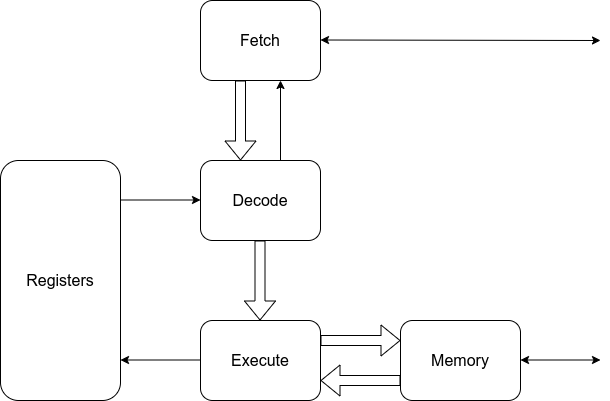
MJoergen/qnice_cpu keeps this draw.io diagram as doc/cpu.png. Above is the earlier version. Source tidied: cells renumbered, new cells last; positions are measured from the earlier drawing's top-left corner, leaving out a move shared by most shapes.
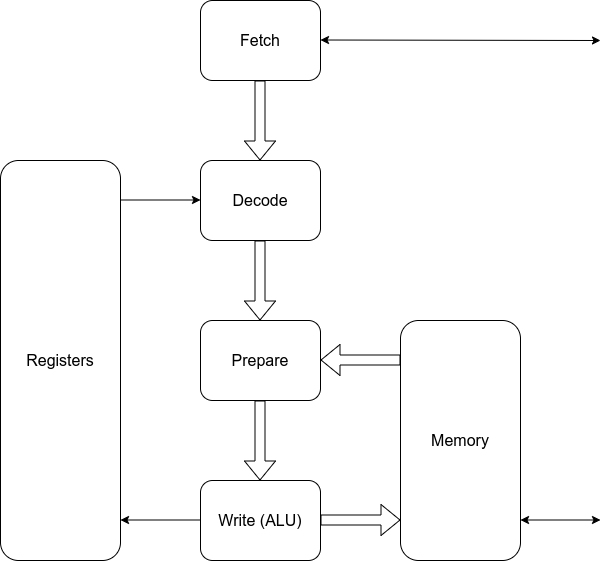
The same diagram one commit later.

Commit message:
doc: Update block diagram

Diff of the diagram source:
```diff
@@ -5,22 +5,22 @@
     <mxCell id="2" value="&lt;font style=&quot;font-size: 16px&quot;&gt;Fetch&lt;/font&gt;" style="rounded=1;whiteSpace=wrap;html=1;" parent="1" vertex="1">
       <mxGeometry x="200" width="120" height="80" as="geometry" />
     </mxCell>
-    <mxCell id="3" value="&lt;font style=&quot;font-size: 16px&quot;&gt;Decode&lt;/font&gt;" style="rounded=1;whiteSpace=wrap;html=1;" parent="1" vertex="1">
+    <mxCell id="3" value="&lt;font style=&quot;font-size: 16px&quot;&gt;Decode&lt;br&gt;&lt;/font&gt;" style="rounded=1;whiteSpace=wrap;html=1;" parent="1" vertex="1">
       <mxGeometry x="200" y="160" width="120" height="80" as="geometry" />
     </mxCell>
-    <mxCell id="4" value="&lt;font style=&quot;font-size: 16px&quot;&gt;Execute&lt;/font&gt;" style="rounded=1;whiteSpace=wrap;html=1;" parent="1" vertex="1">
-      <mxGeometry x="200" y="320" width="120" height="80" as="geometry" />
+    <mxCell id="4" value="&lt;font style=&quot;font-size: 16px&quot;&gt;Write (ALU)&lt;/font&gt;" style="rounded=1;whiteSpace=wrap;html=1;" parent="1" vertex="1">
+      <mxGeometry x="200" y="480" width="120" height="80" as="geometry" />
     </mxCell>
     <mxCell id="5" value="&lt;font style=&quot;font-size: 16px&quot;&gt;Registers&lt;/font&gt;" style="rounded=1;whiteSpace=wrap;html=1;" parent="1" vertex="1">
-      <mxGeometry y="160" width="120" height="240" as="geometry" />
+      <mxGeometry y="160" width="120" height="400" as="geometry" />
     </mxCell>
     <mxCell id="6" value="&lt;font style=&quot;font-size: 16px&quot;&gt;Memory&lt;/font&gt;" style="rounded=1;whiteSpace=wrap;html=1;" parent="1" vertex="1">
-      <mxGeometry x="400" y="320" width="120" height="80" as="geometry" />
+      <mxGeometry x="400" y="320" width="120" height="240" as="geometry" />
     </mxCell>
     <mxCell id="7" style="shape=flexArrow;endArrow=classic;html=1;" parent="1" edge="1">
       <mxGeometry relative="1" as="geometry">
-        <mxPoint x="240" y="80" as="sourcePoint" />
-        <mxPoint x="240" y="160" as="targetPoint" />
+        <mxPoint x="259.5" y="80" as="sourcePoint" />
+        <mxPoint x="259.5" y="160" as="targetPoint" />
       </mxGeometry>
     </mxCell>
     <mxCell id="8" style="shape=flexArrow;endArrow=classic;html=1;" parent="1" edge="1">
@@ -31,20 +31,20 @@
     </mxCell>
     <mxCell id="9" style="shape=flexArrow;endArrow=classic;html=1;" parent="1" edge="1">
       <mxGeometry relative="1" as="geometry">
-        <mxPoint x="320" y="340" as="sourcePoint" />
-        <mxPoint x="400" y="340" as="targetPoint" />
+        <mxPoint x="320" y="519.5" as="sourcePoint" />
+        <mxPoint x="400" y="519.5" as="targetPoint" />
       </mxGeometry>
     </mxCell>
     <mxCell id="10" style="shape=flexArrow;endArrow=classic;html=1;" parent="1" edge="1">
       <mxGeometry relative="1" as="geometry">
-        <mxPoint x="400" y="380" as="sourcePoint" />
-        <mxPoint x="320" y="380" as="targetPoint" />
+        <mxPoint x="400" y="359.5" as="sourcePoint" />
+        <mxPoint x="320" y="359.5" as="targetPoint" />
       </mxGeometry>
     </mxCell>
     <mxCell id="11" style="endArrow=classic;html=1;" parent="1" edge="1">
       <mxGeometry relative="1" as="geometry">
-        <mxPoint x="200" y="359.5" as="sourcePoint" />
-        <mxPoint x="120" y="359.5" as="targetPoint" />
+        <mxPoint x="200" y="519.5" as="sourcePoint" />
+        <mxPoint x="120" y="519.5" as="targetPoint" />
       </mxGeometry>
     </mxCell>
     <mxCell id="12" style="endArrow=classic;html=1;" parent="1" edge="1">
@@ -61,15 +61,18 @@
     </mxCell>
     <mxCell id="14" style="endArrow=classic;startArrow=classic;html=1;" parent="1" edge="1">
       <mxGeometry relative="1" as="geometry">
-        <mxPoint x="520" y="359.5" as="sourcePoint" />
-        <mxPoint x="600" y="359.5" as="targetPoint" />
+        <mxPoint x="520" y="519.5" as="sourcePoint" />
+        <mxPoint x="600" y="519.5" as="targetPoint" />
       </mxGeometry>
     </mxCell>
-    <mxCell id="15" style="endArrow=classic;html=1;" parent="1" edge="1">
-      <mxGeometry relative="1" as="geometry">
-        <mxPoint x="280" y="160" as="sourcePoint" />
-        <mxPoint x="280" y="80" as="targetPoint" />
-      </mxGeometry>
-    </mxCell>
+    <mxCell id="16" value="&lt;font style=&quot;font-size: 16px&quot;&gt;Prepare&lt;/font&gt;" style="rounded=1;whiteSpace=wrap;html=1;" parent="1" vertex="1">
+      <mxGeometry x="200" y="320" width="120" height="80" as="geometry" />
+    </mxCell>
+    <mxCell id="17" style="shape=flexArrow;endArrow=classic;html=1;" parent="1" edge="1">
+      <mxGeometry relative="1" as="geometry">
+        <mxPoint x="259.5" y="400" as="sourcePoint" />
+        <mxPoint x="259.5" y="480" as="targetPoint" />
+      </mxGeometry>
+    </mxCell>
   </root>
 </mxGraphModel>
```
